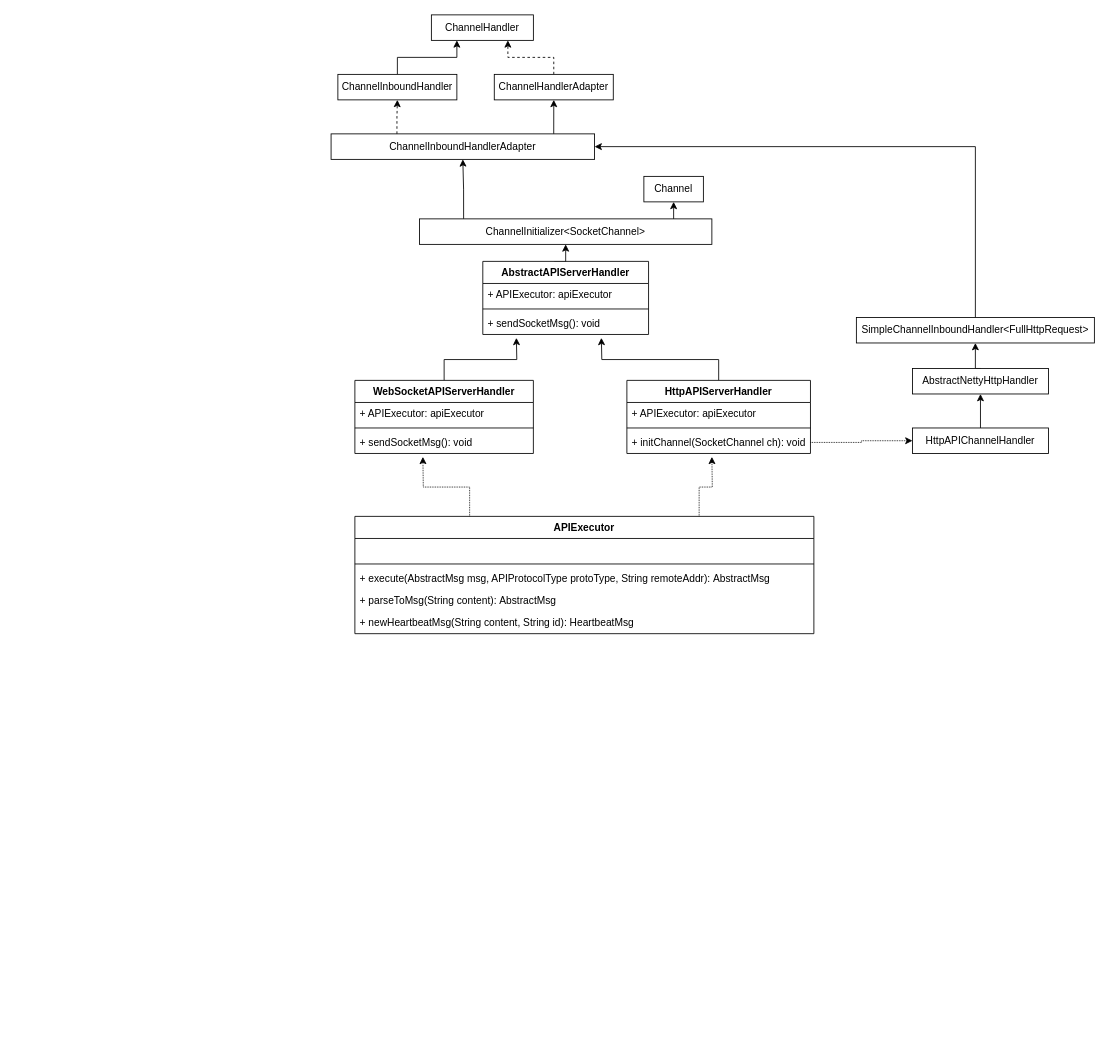
Earlier version of the draw.io diagram Untitled Diagram.drawio (haojava/diagrams). Source tidied: cells renumbered, new cells numbered last; positions are measured from the earlier drawing's top-left corner, leaving out a move shared by most shapes. Both pictures are drawn from the tidied source at 85%, with x=0, y=0 at pixel (331, 14).
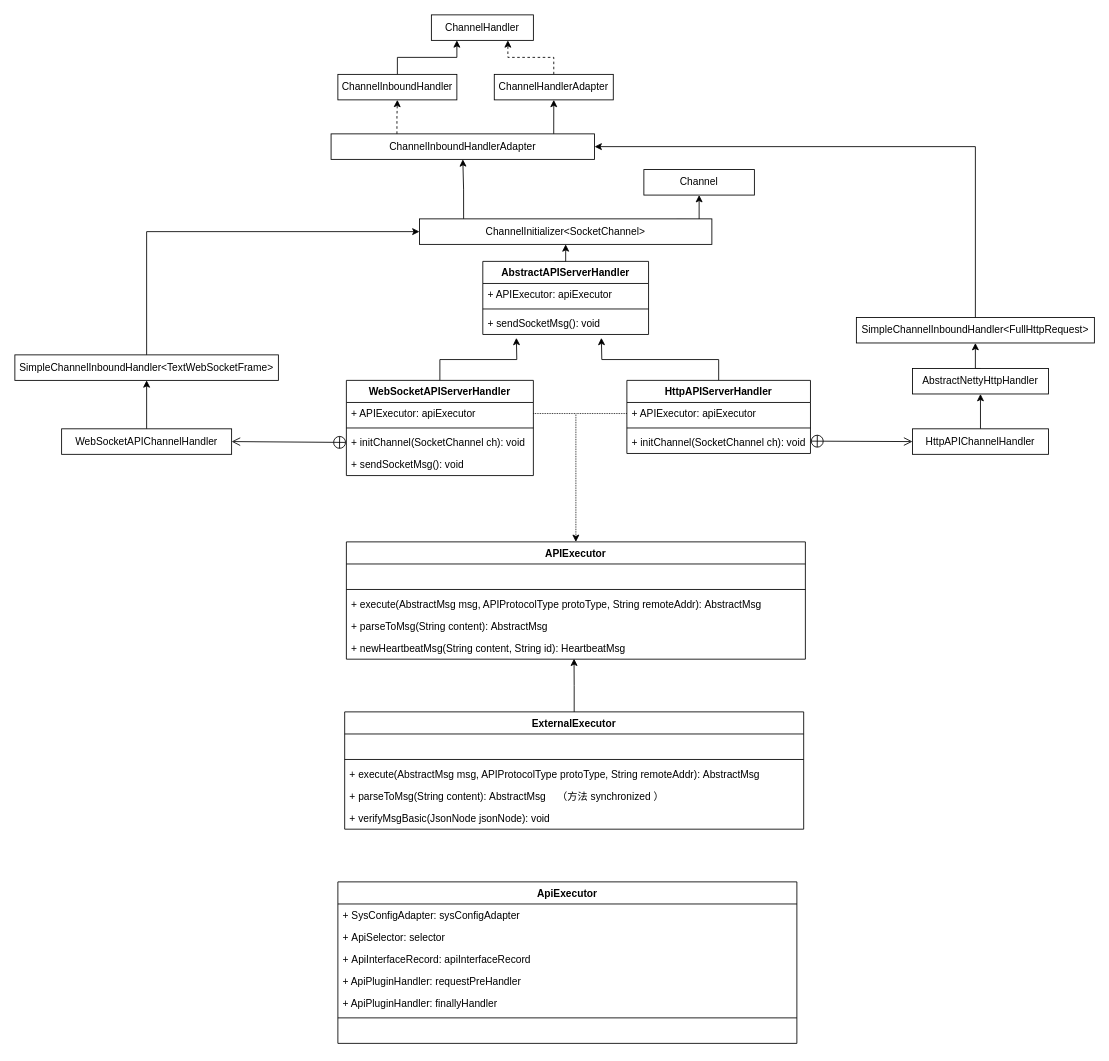
The same diagram, later.

Unchanged cells that the change refers to:
```xml
<mxCell id="19" value="ChannelInitializer&amp;lt;SocketChannel&amp;gt;" style="rounded=0;whiteSpace=wrap;html=1;" parent="1" vertex="1">
  <mxGeometry x="104" y="240" width="344" height="30" as="geometry" />
</mxCell>
<mxCell id="32" value="+ APIExecutor: apiExecutor" style="text;strokeColor=none;fillColor=none;align=left;verticalAlign=top;spacingLeft=4;spacingRight=4;overflow=hidden;points=[[0,0.5],[1,0.5]];portConstraint=eastwest;" parent="31" vertex="1">
  <mxGeometry y="26" width="216" height="26" as="geometry" />
</mxCell>
<mxCell id="34" value="+ initChannel(SocketChannel ch): void" style="text;strokeColor=none;fillColor=none;align=left;verticalAlign=top;spacingLeft=4;spacingRight=4;overflow=hidden;points=[[0,0.5],[1,0.5]];portConstraint=eastwest;" parent="31" vertex="1">
  <mxGeometry y="60" width="216" height="26" as="geometry" />
</mxCell>
<mxCell id="43" value="+ newHeartbeatMsg(String content, String id): HeartbeatMsg" style="text;strokeColor=none;fillColor=none;align=left;verticalAlign=top;spacingLeft=4;spacingRight=4;overflow=hidden;points=[[0,0.5],[1,0.5]];portConstraint=eastwest;" parent="38" vertex="1">
  <mxGeometry y="112" width="540" height="26" as="geometry" />
</mxCell>
```

The edit, as a diff of the source:
```diff
@@
     <mxCell id="15" value="HttpAPIChannelHandler" style="rounded=0;whiteSpace=wrap;html=1;" parent="1" vertex="1">
-      <mxGeometry x="684" y="486" width="160" height="30" as="geometry" />
+      <mxGeometry x="684" y="487" width="160" height="30" as="geometry" />
     </mxCell>
     <mxCell id="16" value="Channel" style="rounded=0;whiteSpace=wrap;html=1;" parent="1" vertex="1">
-      <mxGeometry x="368" y="190" width="70" height="30" as="geometry" />
+      <mxGeometry x="368" y="182" width="130" height="30" as="geometry" />
     </mxCell>
@@
     <mxCell id="26" value="WebSocketAPIServerHandler" style="swimlane;fontStyle=1;align=center;verticalAlign=top;horizontal=1;startSize=26;" parent="1" vertex="1">
-      <mxGeometry x="28" y="430" width="210" height="86" as="geometry" />
+      <mxGeometry x="18" y="430" width="220" height="112" as="geometry" />
     </mxCell>
     <mxCell id="27" value="+ APIExecutor: apiExecutor" style="text;strokeColor=none;fillColor=none;align=left;verticalAlign=top;spacingLeft=4;spacingRight=4;overflow=hidden;points=[[0,0.5],[1,0.5]];portConstraint=eastwest;" parent="26" vertex="1">
-      <mxGeometry y="26" width="210" height="26" as="geometry" />
+      <mxGeometry y="26" width="220" height="26" as="geometry" />
     </mxCell>
     <mxCell id="28" style="line;strokeWidth=1;fillColor=none;align=left;verticalAlign=middle;spacingTop=-1;spacingLeft=3;spacingRight=3;labelPosition=right;" parent="26" vertex="1">
-      <mxGeometry y="52" width="210" height="8" as="geometry" />
+      <mxGeometry y="52" width="220" height="8" as="geometry" />
     </mxCell>
-    <mxCell id="29" value="+ sendSocketMsg(): void" style="text;strokeColor=none;fillColor=none;align=left;verticalAlign=top;spacingLeft=4;spacingRight=4;overflow=hidden;points=[[0,0.5],[1,0.5]];portConstraint=eastwest;" parent="26" vertex="1">
-      <mxGeometry y="60" width="210" height="26" as="geometry" />
+    <mxCell id="29" value="+ initChannel(SocketChannel ch): void" style="text;strokeColor=none;fillColor=none;align=left;verticalAlign=top;spacingLeft=4;spacingRight=4;overflow=hidden;points=[[0,0.5],[1,0.5]];portConstraint=eastwest;" parent="26" vertex="1">
+      <mxGeometry y="60" width="220" height="26" as="geometry" />
     </mxCell>
+    <mxCell id="44" value="+ sendSocketMsg(): void" style="text;strokeColor=none;fillColor=none;align=left;verticalAlign=top;spacingLeft=4;spacingRight=4;overflow=hidden;" parent="26" vertex="1">
+      <mxGeometry y="86" width="220" height="26" as="geometry" />
+    </mxCell>
@@
-    <mxCell id="35" style="edgeStyle=orthogonalEdgeStyle;rounded=0;jettySize=auto;html=1;exitX=1;exitY=0.5;exitDx=0;exitDy=0;entryX=0;entryY=0.5;entryDx=0;entryDy=0;dashed=1;dashPattern=1 1;" parent="1" edge="1" source="34" target="15">
-      <mxGeometry relative="1" as="geometry" />
-    </mxCell>
-    <mxCell id="36" style="edgeStyle=orthogonalEdgeStyle;rounded=0;jettySize=auto;html=1;exitX=0.25;exitY=0;exitDx=0;exitDy=0;dashed=1;dashPattern=1 1;" parent="1" edge="1" source="38">
-      <mxGeometry relative="1" as="geometry">
-        <mxPoint x="108" y="520" as="targetPoint" />
-      </mxGeometry>
-    </mxCell>
-    <mxCell id="37" style="edgeStyle=orthogonalEdgeStyle;rounded=0;jettySize=auto;html=1;exitX=0.75;exitY=0;exitDx=0;exitDy=0;dashed=1;dashPattern=1 1;" parent="1" edge="1" source="38">
-      <mxGeometry relative="1" as="geometry">
-        <mxPoint x="448" y="520" as="targetPoint" />
-      </mxGeometry>
-    </mxCell>
     <mxCell id="38" value="APIExecutor" style="swimlane;fontStyle=1;align=center;verticalAlign=top;horizontal=1;startSize=26;" parent="1" vertex="1">
-      <mxGeometry x="28" y="590" width="540" height="138" as="geometry" />
+      <mxGeometry x="18" y="620" width="540" height="138" as="geometry" />
     </mxCell>
@@
+    <mxCell id="45" style="edgeStyle=orthogonalEdgeStyle;rounded=0;jettySize=auto;html=1;exitX=1;exitY=0.5;exitDx=0;exitDy=0;dashed=1;dashPattern=1 1;entryX=0.5;entryY=0;entryDx=0;entryDy=0;" parent="1" edge="1" source="27" target="38">
+      <mxGeometry relative="1" as="geometry">
+        <Array as="points">
+          <mxPoint x="288" y="469" />
+        </Array>
+      </mxGeometry>
+    </mxCell>
+    <mxCell id="46" style="edgeStyle=orthogonalEdgeStyle;rounded=0;jettySize=auto;html=1;exitX=0.5;exitY=0;exitDx=0;exitDy=0;entryX=0;entryY=0.5;entryDx=0;entryDy=0;" parent="1" edge="1" source="47" target="19">
+      <mxGeometry relative="1" as="geometry" />
+    </mxCell>
+    <mxCell id="47" value="SimpleChannelInboundHandler&amp;lt;TextWebSocketFrame&amp;gt;" style="rounded=0;whiteSpace=wrap;html=1;" parent="1" vertex="1">
+      <mxGeometry x="-372" y="400" width="310" height="30" as="geometry" />
+    </mxCell>
+    <mxCell id="48" style="edgeStyle=orthogonalEdgeStyle;rounded=0;jettySize=auto;html=1;exitX=0.5;exitY=0;exitDx=0;exitDy=0;entryX=0.5;entryY=1;entryDx=0;entryDy=0;" parent="1" edge="1" source="49" target="47">
+      <mxGeometry relative="1" as="geometry" />
+    </mxCell>
+    <mxCell id="49" value="WebSocketAPIChannelHandler" style="rounded=0;whiteSpace=wrap;html=1;" parent="1" vertex="1">
+      <mxGeometry x="-317" y="487" width="200" height="30" as="geometry" />
+    </mxCell>
+    <mxCell id="50" style="endArrow=open;startArrow=circlePlus;endFill=0;startFill=0;endSize=8;html=1;rounded=0;exitX=0;exitY=0.5;exitDx=0;exitDy=0;entryX=1;entryY=0.5;entryDx=0;entryDy=0;" parent="1" edge="1" source="29" target="49">
+      <mxGeometry relative="1" as="geometry" />
+    </mxCell>
+    <mxCell id="51" style="endArrow=open;startArrow=circlePlus;endFill=0;startFill=0;endSize=8;html=1;rounded=0;entryX=0;entryY=0.5;entryDx=0;entryDy=0;" parent="1" edge="1" target="15">
+      <mxGeometry relative="1" as="geometry">
+        <mxPoint x="564" y="501.5" as="sourcePoint" />
+      </mxGeometry>
+    </mxCell>
+    <mxCell id="52" style="edgeStyle=orthogonalEdgeStyle;rounded=0;jettySize=auto;html=1;exitX=0;exitY=0.5;exitDx=0;exitDy=0;endArrow=none;endFill=0;dashed=1;dashPattern=1 1;" parent="1" edge="1" source="32">
+      <mxGeometry relative="1" as="geometry">
+        <mxPoint x="288" y="469" as="targetPoint" />
+      </mxGeometry>
+    </mxCell>
+    <mxCell id="53" style="edgeStyle=orthogonalEdgeStyle;rounded=0;jettySize=auto;html=1;exitX=0.5;exitY=0;exitDx=0;exitDy=0;entryX=0.496;entryY=0.978;entryDx=0;entryDy=0;entryPerimeter=0;fontColor=#FF1900;endArrow=classic;endFill=1;" parent="1" edge="1" source="54" target="43">
+      <mxGeometry relative="1" as="geometry" />
+    </mxCell>
+    <mxCell id="54" value="ExternalExecutor" style="swimlane;fontStyle=1;align=center;verticalAlign=top;horizontal=1;startSize=26;" parent="1" vertex="1">
+      <mxGeometry x="16" y="820" width="540" height="138" as="geometry" />
+    </mxCell>
+    <mxCell id="55" value=" " style="text;strokeColor=none;fillColor=none;align=left;verticalAlign=top;spacingLeft=4;spacingRight=4;overflow=hidden;" parent="54" vertex="1">
+      <mxGeometry y="26" width="540" height="26" as="geometry" />
+    </mxCell>
+    <mxCell id="56" style="line;strokeWidth=1;fillColor=none;align=left;verticalAlign=middle;spacingTop=-1;spacingLeft=3;spacingRight=3;labelPosition=right;" parent="54" vertex="1">
+      <mxGeometry y="52" width="540" height="8" as="geometry" />
+    </mxCell>
+    <mxCell id="57" value="+ execute(AbstractMsg msg, APIProtocolType protoType, String remoteAddr): AbstractMsg" style="text;strokeColor=none;fillColor=none;align=left;verticalAlign=top;spacingLeft=4;spacingRight=4;overflow=hidden;" parent="54" vertex="1">
+      <mxGeometry y="60" width="540" height="26" as="geometry" />
+    </mxCell>
+    <mxCell id="58" value="+ parseToMsg(String content): AbstractMsg    （方法 synchronized ）" style="text;strokeColor=none;fillColor=none;align=left;verticalAlign=top;spacingLeft=4;spacingRight=4;overflow=hidden;" parent="54" vertex="1">
+      <mxGeometry y="86" width="540" height="26" as="geometry" />
+    </mxCell>
+    <mxCell id="59" value="+ verifyMsgBasic(JsonNode jsonNode): void" style="text;strokeColor=none;fillColor=none;align=left;verticalAlign=top;spacingLeft=4;spacingRight=4;overflow=hidden;" parent="54" vertex="1">
+      <mxGeometry y="112" width="540" height="26" as="geometry" />
+    </mxCell>
+    <mxCell id="60" value="ApiExecutor" style="swimlane;fontStyle=1;align=center;verticalAlign=top;horizontal=1;startSize=26;" parent="1" vertex="1">
+      <mxGeometry x="8" y="1020" width="540" height="190" as="geometry" />
+    </mxCell>
+    <mxCell id="61" value="+ SysConfigAdapter: sysConfigAdapter" style="text;strokeColor=none;fillColor=none;align=left;verticalAlign=top;spacingLeft=4;spacingRight=4;overflow=hidden;" parent="60" vertex="1">
+      <mxGeometry y="26" width="540" height="26" as="geometry" />
+    </mxCell>
+    <mxCell id="62" value="+ ApiSelector: selector" style="text;strokeColor=none;fillColor=none;align=left;verticalAlign=top;spacingLeft=4;spacingRight=4;overflow=hidden;" parent="60" vertex="1">
+      <mxGeometry y="52" width="540" height="26" as="geometry" />
+    </mxCell>
+    <mxCell id="63" value="+ ApiInterfaceRecord: apiInterfaceRecord" style="text;strokeColor=none;fillColor=none;align=left;verticalAlign=top;spacingLeft=4;spacingRight=4;overflow=hidden;" parent="60" vertex="1">
+      <mxGeometry y="78" width="540" height="26" as="geometry" />
+    </mxCell>
+    <mxCell id="64" value="+ ApiPluginHandler: requestPreHandler" style="text;strokeColor=none;fillColor=none;align=left;verticalAlign=top;spacingLeft=4;spacingRight=4;overflow=hidden;" parent="60" vertex="1">
+      <mxGeometry y="104" width="540" height="26" as="geometry" />
+    </mxCell>
+    <mxCell id="65" value="+ ApiPluginHandler: finallyHandler" style="text;strokeColor=none;fillColor=none;align=left;verticalAlign=top;spacingLeft=4;spacingRight=4;overflow=hidden;" parent="60" vertex="1">
+      <mxGeometry y="130" width="540" height="26" as="geometry" />
+    </mxCell>
+    <mxCell id="66" style="line;strokeWidth=1;fillColor=none;align=left;verticalAlign=middle;spacingTop=-1;spacingLeft=3;spacingRight=3;labelPosition=right;" parent="60" vertex="1">
+      <mxGeometry y="156" width="540" height="8" as="geometry" />
+    </mxCell>
+    <mxCell id="67" value=" " style="text;strokeColor=none;fillColor=none;align=left;verticalAlign=top;spacingLeft=4;spacingRight=4;overflow=hidden;" parent="60" vertex="1">
+      <mxGeometry y="164" width="540" height="26" as="geometry" />
+    </mxCell>
```
